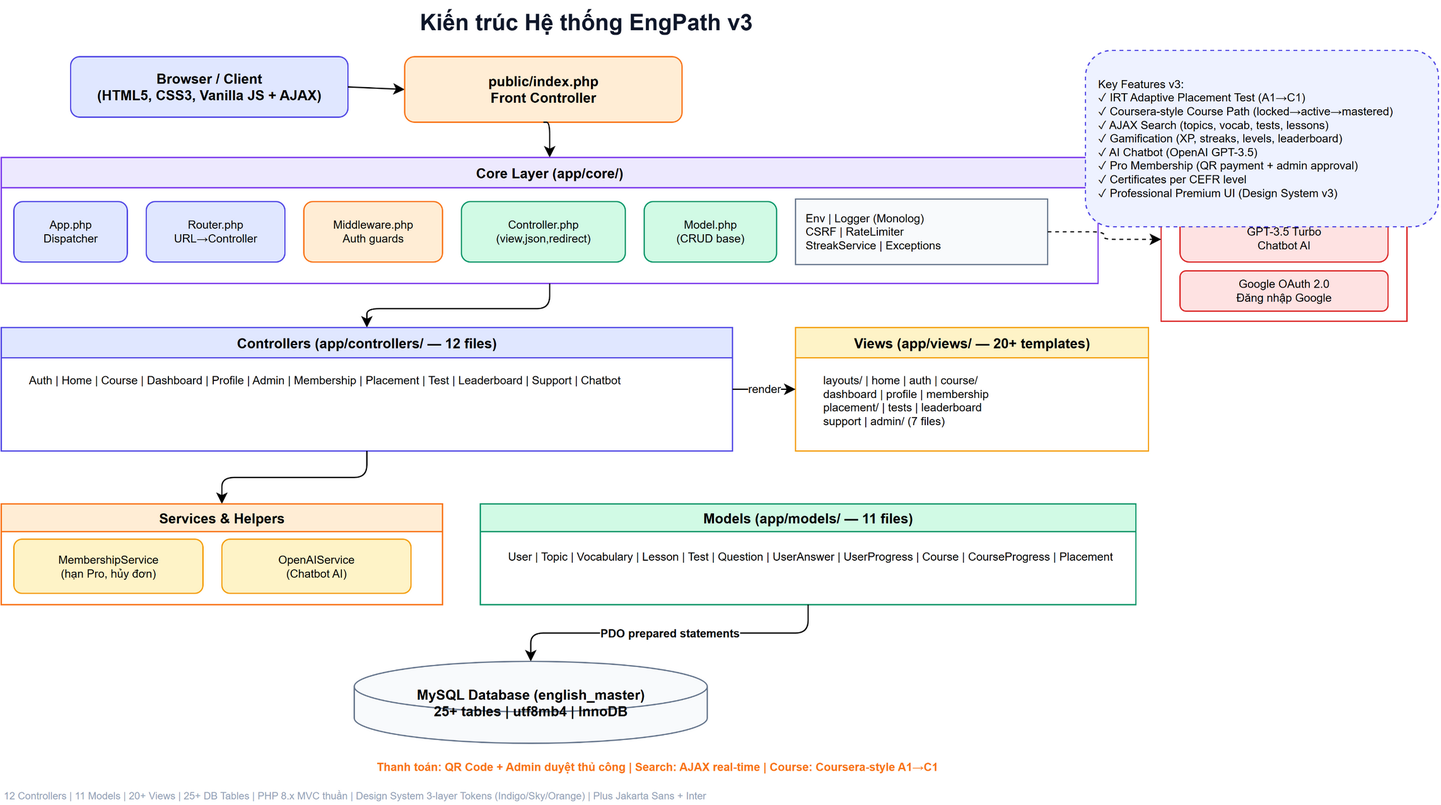
sylarbear/DA_TTTN keeps this draw.io diagram as docs/diagrams/architecture.drawio.png. Above is the earlier version. Source tidied: cells renumbered, new cells last; positions are measured from the earlier drawing's top-left corner, leaving out a move shared by most shapes.
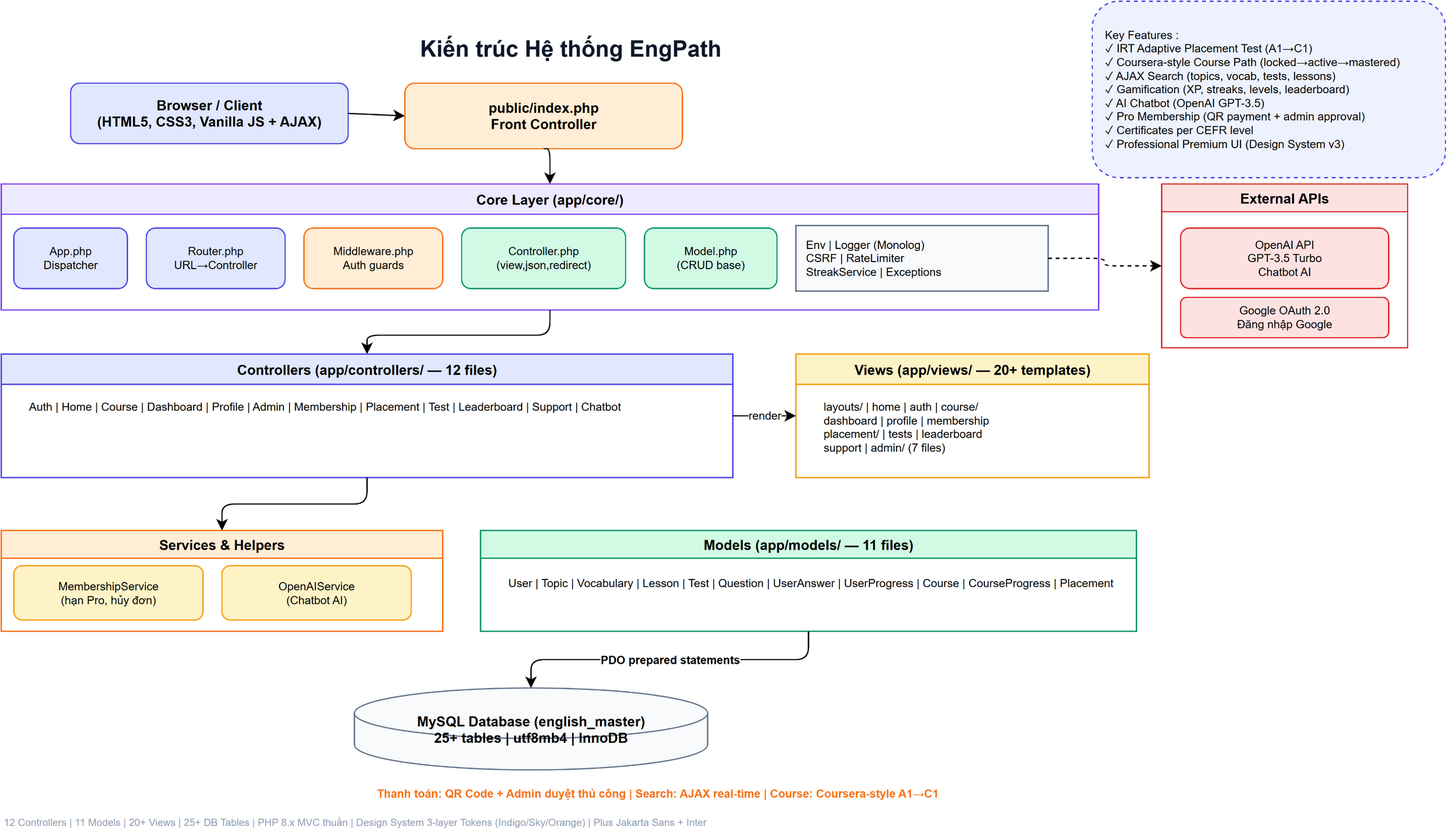
Above is the later version.

What changed in the source:
```diff
@@ -2,7 +2,7 @@
   <root>
     <mxCell id="0" />
     <mxCell id="1" parent="0" />
-    <mxCell id="2" value="Kiến trúc Hệ thống EngPath v3" style="text;html=1;fontSize=18;fontStyle=1;fontColor=#0F172A;" parent="1" vertex="1">
+    <mxCell id="2" value="Kiến trúc Hệ thống EngPath&amp;nbsp;" style="text;html=1;fontSize=18;fontStyle=1;fontColor=#0F172A;" parent="1" vertex="1">
       <mxGeometry x="330" width="350" height="28" as="geometry" />
     </mxCell>
     <mxCell id="3" value="Browser / Client&lt;br&gt;(HTML5, CSS3, Vanilla JS + AJAX)" style="rounded=1;whiteSpace=wrap;html=1;fillColor=#E0E7FF;strokeColor=#4F46E5;fontSize=11;fontStyle=1;" parent="1" vertex="1">
@@ -98,8 +98,8 @@
     <mxCell id="33" value="12 Controllers | 11 Models | 20+ Views | 25+ DB Tables | PHP 8.x MVC thuần | Design System 3-layer Tokens (Indigo/Sky/Orange) | Plus Jakarta Sans + Inter" style="text;html=1;fontSize=8;fontColor=#94A3B8;align=left;" parent="1" vertex="1">
       <mxGeometry y="620" width="600" height="16" as="geometry" />
     </mxCell>
-    <mxCell id="34" value="Key Features v3:&lt;br&gt;✓ IRT Adaptive Placement Test (A1→C1)&lt;br&gt;✓ Coursera-style Course Path (locked→active→mastered)&lt;br&gt;✓ AJAX Search (topics, vocab, tests, lessons)&lt;br&gt;✓ Gamification (XP, streaks, levels, leaderboard)&lt;br&gt;✓ AI Chatbot (OpenAI GPT-3.5)&lt;br&gt;✓ Pro Membership (QR payment + admin approval)&lt;br&gt;✓ Certificates per CEFR level&lt;br&gt;✓ Professional Premium UI (Design System v3)" style="rounded=1;whiteSpace=wrap;html=1;fillColor=#EEF2FF;strokeColor=#4F46E5;fontSize=9;dashed=1;align=left;spacingLeft=8;" parent="1" vertex="1">
-      <mxGeometry x="860" y="40" width="280" height="140" as="geometry" />
+    <mxCell id="34" value="Key Features :&lt;br&gt;✓ IRT Adaptive Placement Test (A1→C1)&lt;br&gt;✓ Coursera-style Course Path (locked→active→mastered)&lt;br&gt;✓ AJAX Search (topics, vocab, tests, lessons)&lt;br&gt;✓ Gamification (XP, streaks, levels, leaderboard)&lt;br&gt;✓ AI Chatbot (OpenAI GPT-3.5)&lt;br&gt;✓ Pro Membership (QR payment + admin approval)&lt;br&gt;✓ Certificates per CEFR level&lt;br&gt;✓ Professional Premium UI (Design System v3)" style="rounded=1;whiteSpace=wrap;html=1;fillColor=#EEF2FF;strokeColor=#4F46E5;fontSize=9;dashed=1;align=left;spacingLeft=8;" parent="1" vertex="1">
+      <mxGeometry x="865" y="-20" width="280" height="140" as="geometry" />
     </mxCell>
   </root>
 </mxGraphModel>
```
